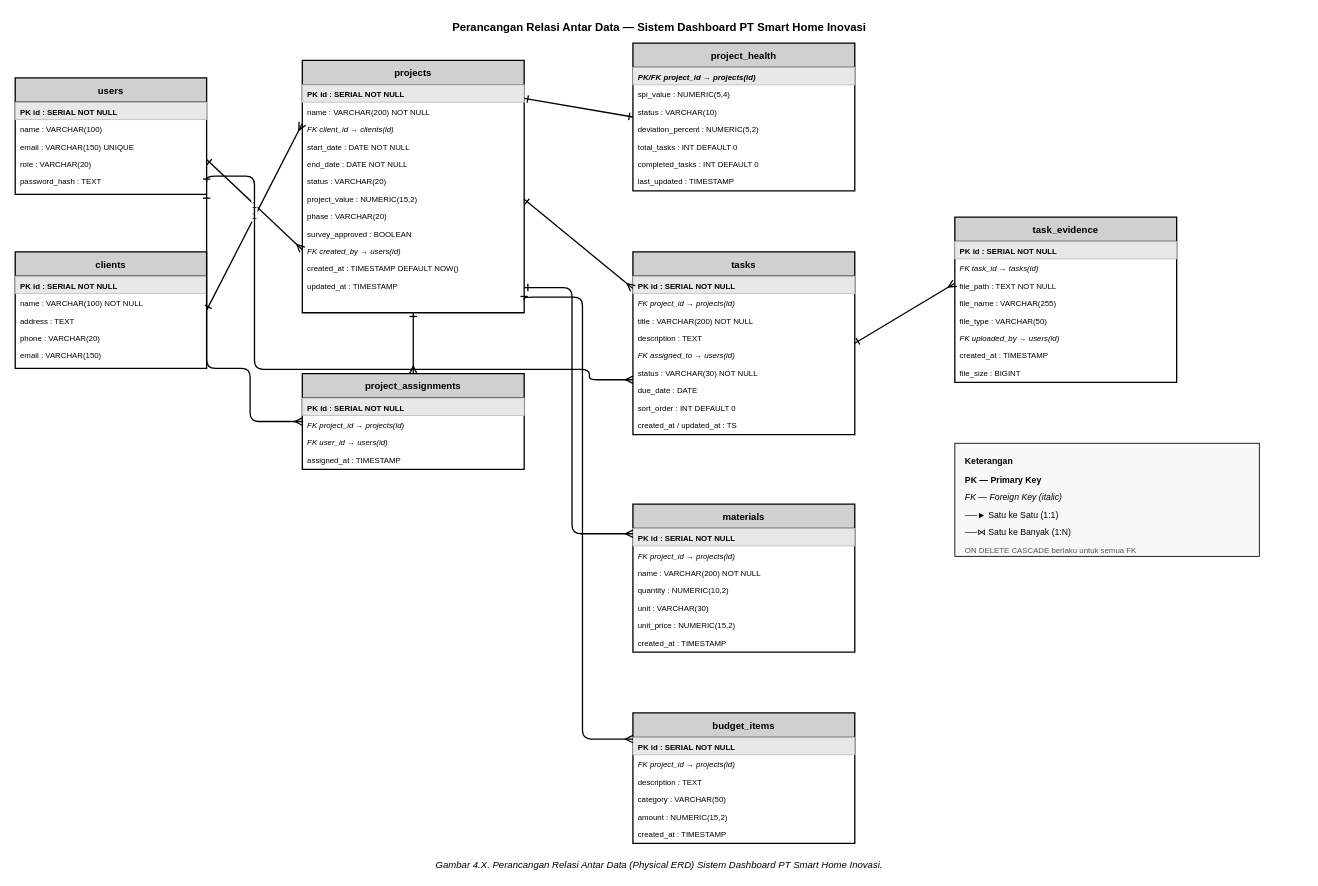
Before: diagram/ai/ERD/RELASI_DATA.drawio in evelleura/shi-dashboard, a draw.io diagram. Source tidied: cells renumbered, new cells numbered last; positions are measured from the earlier drawing's top-left corner, leaving out a move shared by most shapes. Both pictures are drawn from the tidied source at 87%, with x=0, y=0 at pixel (15, 15).
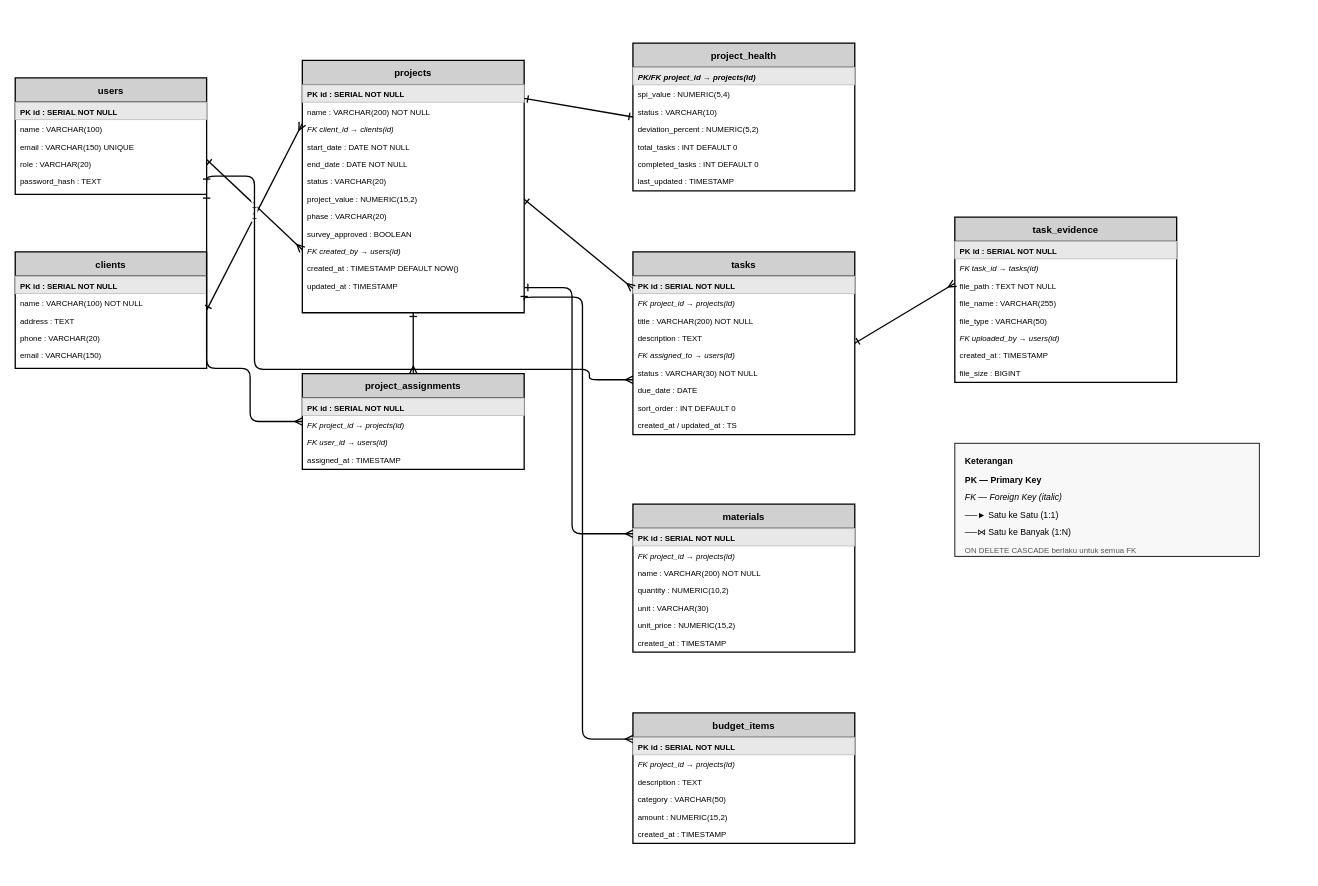
The same page after the edit.

Commit message (it also covers changes not shown here):
feat(diagram): export ERD, relasi data, skema fisik to PNG; remove title+caption

Diff of the diagram source:
```diff
@@
-    <mxCell id="2" value="Perancangan Relasi Antar Data — Sistem Dashboard PT Smart Home Inovasi" style="text;html=1;align=center;fontSize=13;fontStyle=1;fontColor=#000000;" parent="1" vertex="1">
-      <mxGeometry width="1480" height="24" as="geometry" />
-    </mxCell>
@@
-    <mxCell id="92" value="Gambar 4.X. Perancangan Relasi Antar Data (Physical ERD) Sistem Dashboard PT Smart Home Inovasi." style="text;html=1;align=center;fontSize=11;fontStyle=2;fontColor=#000000;" parent="1" vertex="1">
-      <mxGeometry y="964" width="1480" height="20" as="geometry" />
-    </mxCell>
```
